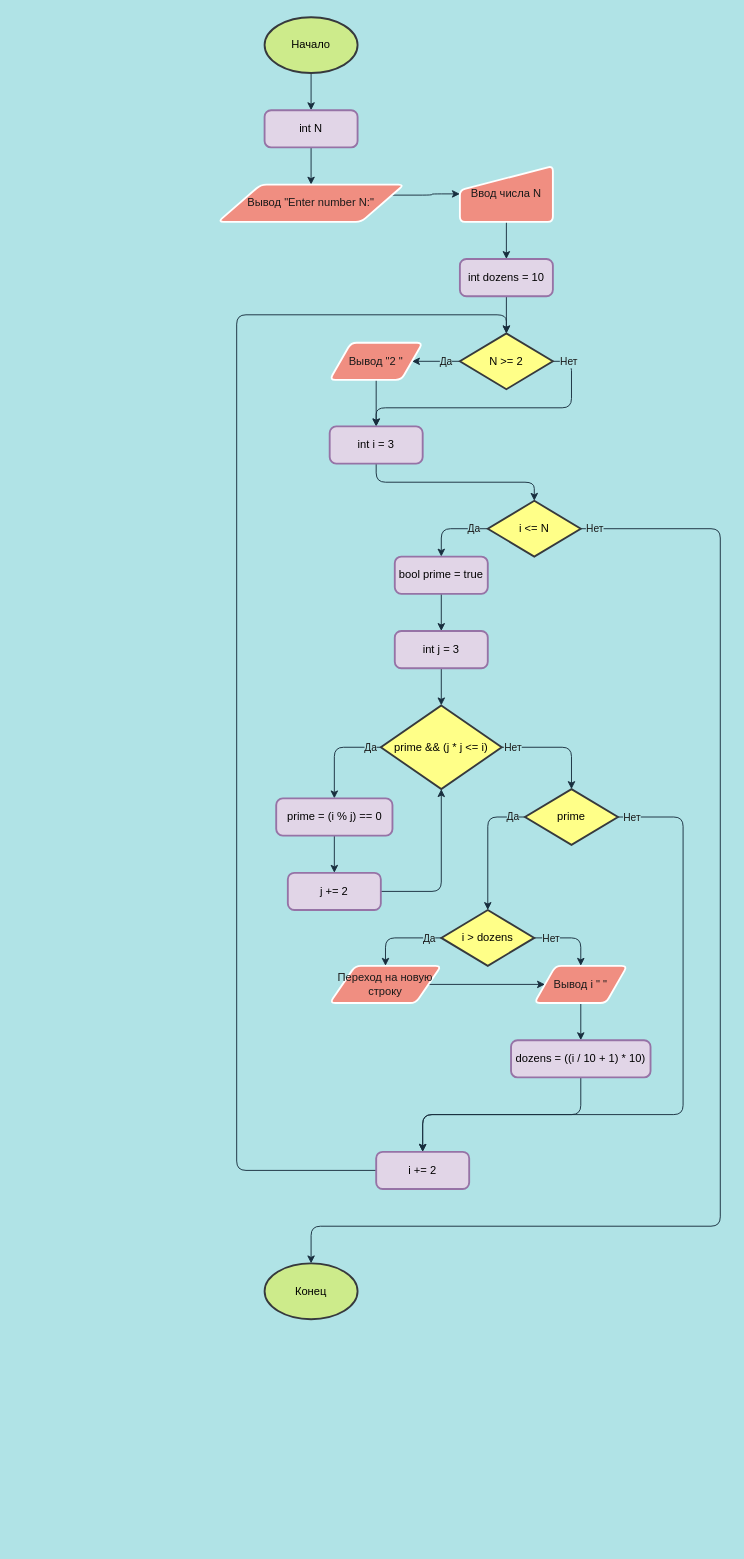
Earlier version of the draw.io diagram page "Лабораторная работа №3" (3 of 4) of flowcharts_for_labs.drawio (MoonFoxy/Programming_labs). Source tidied: cells renumbered, new cells numbered last; positions are measured from the earlier drawing's top-left corner, leaving out a move shared by most shapes. Both pictures are drawn from the tidied source at 93%, with x=0, y=0 at pixel (218, 17).
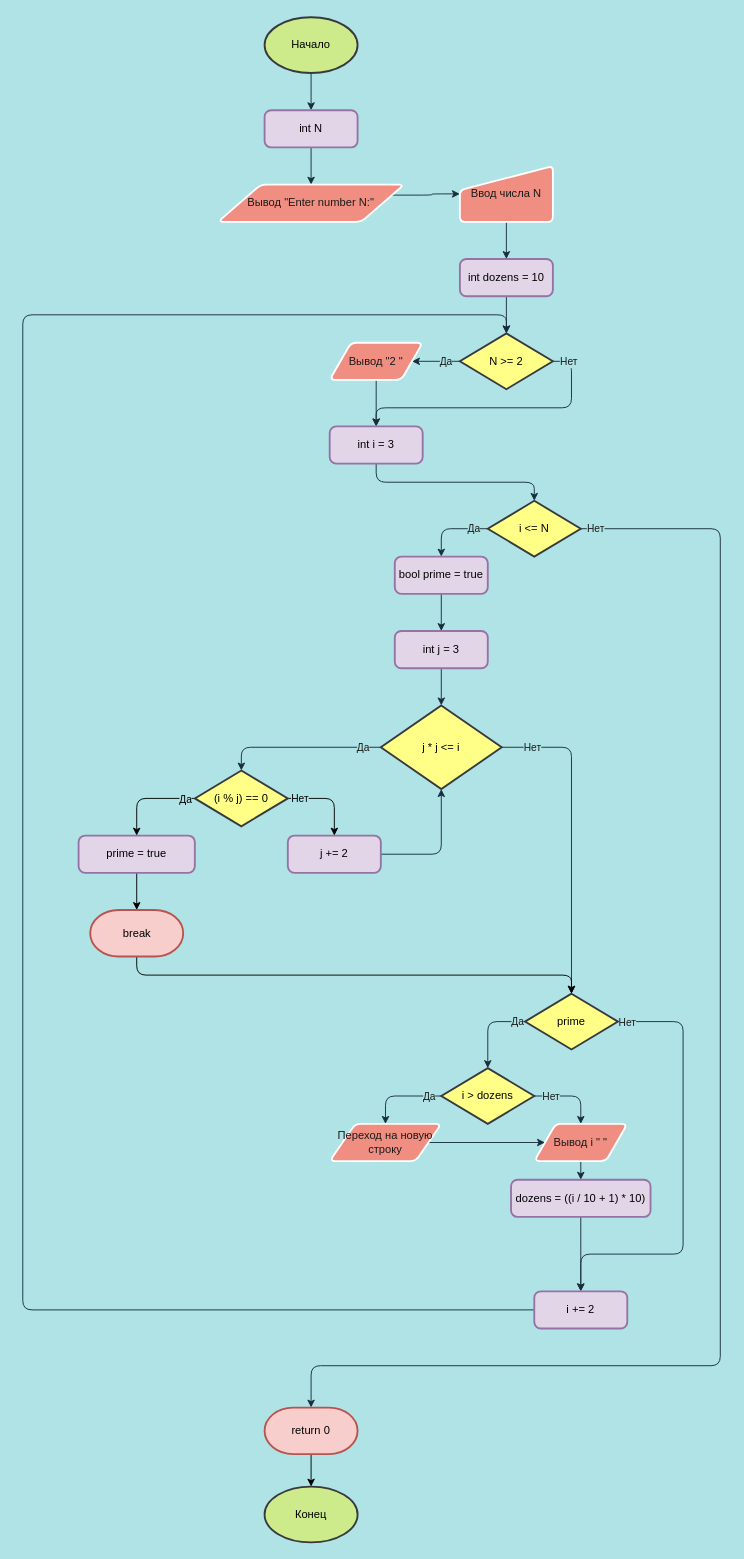
The same page after the edit.

Unchanged cells that the change refers to:
```xml
<mxCell id="16" value="N &amp;gt;= 2" style="strokeWidth=2;html=1;shape=mxgraph.flowchart.decision;whiteSpace=wrap;rounded=1;fillColor=#ffff88;strokeColor=#36393d;" parent="1" vertex="1">
  <mxGeometry x="260" y="340" width="100" height="60" as="geometry" />
</mxCell>
<mxCell id="25" value="i &amp;lt;= N" style="strokeWidth=2;html=1;shape=mxgraph.flowchart.decision;whiteSpace=wrap;rounded=1;fillColor=#ffff88;strokeColor=#36393d;" parent="1" vertex="1">
  <mxGeometry x="290" y="520" width="100" height="60" as="geometry" />
</mxCell>
```

What changed in the source:
```diff
@@
-    <mxCell id="23" style="edgeStyle=orthogonalEdgeStyle;comic=0;sketch=0;jettySize=auto;html=1;exitX=1;exitY=0.5;exitDx=0;exitDy=0;exitPerimeter=0;entryX=0.5;entryY=0;entryDx=0;entryDy=0;entryPerimeter=0;startFill=1;endFill=1;strokeColor=#182E3E;fontColor=#1A1A1A;rounded=1;labelBackgroundColor=#B0E3E6;" parent="1" edge="1" source="25" target="57">
+    <mxCell id="23" style="edgeStyle=orthogonalEdgeStyle;comic=0;sketch=0;jettySize=auto;html=1;exitX=1;exitY=0.5;exitDx=0;exitDy=0;exitPerimeter=0;entryX=0.5;entryY=0;entryDx=0;entryDy=0;entryPerimeter=0;startFill=1;endFill=1;strokeColor=#182E3E;fontColor=#1A1A1A;rounded=1;labelBackgroundColor=#B0E3E6;" parent="1" edge="1" source="25" target="67">
       <mxGeometry relative="1" as="geometry">
         <Array as="points">
           <mxPoint x="540" y="550" />
-          <mxPoint x="540" y="1300" />
-          <mxPoint x="100" y="1300" />
+          <mxPoint x="540" y="1450" />
+          <mxPoint x="100" y="1450" />
         </Array>
       </mxGeometry>
     </mxCell>
@@
-    <mxCell id="30" style="edgeStyle=orthogonalEdgeStyle;rounded=1;comic=0;sketch=0;jettySize=auto;html=1;exitX=0;exitY=0.5;exitDx=0;exitDy=0;exitPerimeter=0;entryX=0.5;entryY=0;entryDx=0;entryDy=0;startFill=1;endFill=1;strokeColor=#182E3E;fontColor=#1A1A1A;labelBackgroundColor=#B0E3E6;" parent="1" edge="1" source="34" target="36">
+    <mxCell id="30" style="edgeStyle=orthogonalEdgeStyle;rounded=1;comic=0;sketch=0;jettySize=auto;html=1;exitX=0;exitY=0.5;exitDx=0;exitDy=0;exitPerimeter=0;entryX=0.5;entryY=0;entryDx=0;entryDy=0;startFill=1;endFill=1;strokeColor=#182E3E;fontColor=#1A1A1A;labelBackgroundColor=#B0E3E6;entryPerimeter=0;" parent="1" edge="1" source="34" target="63">
       <mxGeometry relative="1" as="geometry" />
     </mxCell>
@@
-    <mxCell id="34" value="prime &amp;amp;&amp;amp; (j * j &amp;lt;= i)" style="strokeWidth=2;html=1;shape=mxgraph.flowchart.decision;whiteSpace=wrap;rounded=1;fillColor=#ffff88;strokeColor=#36393d;" parent="1" vertex="1">
+    <mxCell id="34" value="j * j &amp;lt;= i" style="strokeWidth=2;html=1;shape=mxgraph.flowchart.decision;whiteSpace=wrap;rounded=1;fillColor=#ffff88;strokeColor=#36393d;" parent="1" vertex="1">
       <mxGeometry x="175" y="740" width="130" height="90" as="geometry" />
     </mxCell>
-    <mxCell id="35" style="edgeStyle=orthogonalEdgeStyle;rounded=1;comic=0;sketch=0;jettySize=auto;html=1;exitX=0.5;exitY=1;exitDx=0;exitDy=0;entryX=0.5;entryY=0;entryDx=0;entryDy=0;startFill=1;endFill=1;strokeColor=#182E3E;fontColor=#1A1A1A;labelBackgroundColor=#B0E3E6;" parent="1" edge="1" source="36" target="38">
-      <mxGeometry relative="1" as="geometry" />
-    </mxCell>
+    <mxCell id="58" style="edgeStyle=orthogonalEdgeStyle;rounded=0;jettySize=auto;html=1;exitX=0.5;exitY=1;exitDx=0;exitDy=0;entryX=0.5;entryY=0;entryDx=0;entryDy=0;entryPerimeter=0;" parent="1" edge="1" source="36" target="65">
+      <mxGeometry relative="1" as="geometry" />
+    </mxCell>
-    <mxCell id="36" value="prime = (i % j) == 0" style="rounded=1;whiteSpace=wrap;html=1;absoluteArcSize=1;arcSize=14;strokeWidth=2;fillColor=#e1d5e7;strokeColor=#9673a6;" parent="1" vertex="1">
-      <mxGeometry x="62.5" y="840" width="125" height="40" as="geometry" />
+    <mxCell id="36" value="prime = true" style="rounded=1;whiteSpace=wrap;html=1;absoluteArcSize=1;arcSize=14;strokeWidth=2;fillColor=#e1d5e7;strokeColor=#9673a6;" parent="1" vertex="1">
+      <mxGeometry x="-150" y="880" width="125" height="40" as="geometry" />
     </mxCell>
@@
     <mxCell id="38" value="j += 2" style="rounded=1;whiteSpace=wrap;html=1;absoluteArcSize=1;arcSize=14;strokeWidth=2;fillColor=#e1d5e7;strokeColor=#9673a6;" parent="1" vertex="1">
-      <mxGeometry x="75" y="920" width="100" height="40" as="geometry" />
+      <mxGeometry x="75" y="880" width="100" height="40" as="geometry" />
     </mxCell>
@@
     <mxCell id="41" style="edgeStyle=orthogonalEdgeStyle;rounded=1;comic=0;sketch=0;jettySize=auto;html=1;exitX=1;exitY=0.5;exitDx=0;exitDy=0;exitPerimeter=0;entryX=0.5;entryY=0;entryDx=0;entryDy=0;startFill=1;endFill=1;strokeColor=#182E3E;fontColor=#1A1A1A;labelBackgroundColor=#B0E3E6;" parent="1" edge="1" source="43" target="56">
       <mxGeometry relative="1" as="geometry">
         <Array as="points">
-          <mxPoint x="500" y="860" />
-          <mxPoint x="500" y="1180" />
-          <mxPoint x="220" y="1180" />
+          <mxPoint x="500" y="1080" />
+          <mxPoint x="500" y="1330" />
+          <mxPoint x="390" y="1330" />
         </Array>
       </mxGeometry>
     </mxCell>
@@
     <mxCell id="43" value="prime" style="strokeWidth=2;html=1;shape=mxgraph.flowchart.decision;whiteSpace=wrap;rounded=1;fillColor=#ffff88;strokeColor=#36393d;" parent="1" vertex="1">
-      <mxGeometry x="330" y="830" width="100" height="60" as="geometry" />
+      <mxGeometry x="330" y="1050" width="100" height="60" as="geometry" />
     </mxCell>
@@
     <mxCell id="48" value="i &amp;gt; dozens" style="strokeWidth=2;html=1;shape=mxgraph.flowchart.decision;whiteSpace=wrap;rounded=1;fillColor=#ffff88;strokeColor=#36393d;" parent="1" vertex="1">
-      <mxGeometry x="240" y="960" width="100" height="60" as="geometry" />
+      <mxGeometry x="240" y="1130" width="100" height="60" as="geometry" />
     </mxCell>
@@
     <mxCell id="50" value="Вывод i &quot; &quot;" style="shape=parallelogram;html=1;strokeWidth=2;perimeter=parallelogramPerimeter;whiteSpace=wrap;rounded=1;arcSize=12;size=0.23;fillColor=#F08E81;fontColor=#1A1A1A;strokeColor=#FFFFFF;" parent="1" vertex="1">
-      <mxGeometry x="340" y="1020" width="100" height="40" as="geometry" />
+      <mxGeometry x="340" y="1190" width="100" height="40" as="geometry" />
     </mxCell>
@@
     <mxCell id="52" value="Переход на новую строку" style="shape=parallelogram;strokeWidth=2;perimeter=parallelogramPerimeter;rounded=1;arcSize=12;size=0.23;fillColor=#F08E81;fontColor=#1A1A1A;verticalAlign=middle;align=center;labelPosition=center;verticalLabelPosition=middle;horizontal=1;whiteSpace=wrap;html=1;spacing=2;strokeColor=#FFFFFF;" parent="1" vertex="1">
-      <mxGeometry x="120" y="1020" width="120" height="40" as="geometry" />
+      <mxGeometry x="120" y="1190" width="120" height="40" as="geometry" />
     </mxCell>
@@
     <mxCell id="54" value="dozens = ((i / 10 + 1) * 10)" style="rounded=1;whiteSpace=wrap;html=1;absoluteArcSize=1;arcSize=14;strokeWidth=2;fillColor=#e1d5e7;align=center;strokeColor=#9673a6;" parent="1" vertex="1">
-      <mxGeometry x="315" y="1100" width="150" height="40" as="geometry" />
+      <mxGeometry x="315" y="1250" width="150" height="40" as="geometry" />
     </mxCell>
     <mxCell id="55" style="edgeStyle=orthogonalEdgeStyle;rounded=1;comic=0;sketch=0;jettySize=auto;html=1;exitX=0;exitY=0.5;exitDx=0;exitDy=0;startFill=1;endFill=1;strokeColor=#182E3E;fontColor=#1A1A1A;entryX=0.5;entryY=0;entryDx=0;entryDy=0;entryPerimeter=0;labelBackgroundColor=#B0E3E6;" parent="1" edge="1" source="56" target="16">
       <mxGeometry relative="1" as="geometry">
         <Array as="points">
-          <mxPoint x="20" y="1240" />
-          <mxPoint x="20" y="320" />
+          <mxPoint x="-210" y="1390" />
+          <mxPoint x="-210" y="320" />
           <mxPoint x="310" y="320" />
         </Array>
       </mxGeometry>
     </mxCell>
     <mxCell id="56" value="i += 2" style="rounded=1;whiteSpace=wrap;html=1;absoluteArcSize=1;arcSize=14;strokeWidth=2;fillColor=#e1d5e7;align=center;strokeColor=#9673a6;" parent="1" vertex="1">
-      <mxGeometry x="170" y="1220" width="100" height="40" as="geometry" />
+      <mxGeometry x="340" y="1370" width="100" height="40" as="geometry" />
     </mxCell>
     <mxCell id="57" value="Конец" style="strokeWidth=2;html=1;shape=mxgraph.flowchart.start_1;whiteSpace=wrap;rounded=1;fillColor=#cdeb8b;align=center;strokeColor=#36393d;" parent="1" vertex="1">
-      <mxGeometry x="50" y="1340" width="100" height="60" as="geometry" />
+      <mxGeometry x="50" y="1580" width="100" height="60" as="geometry" />
     </mxCell>
+    <mxCell id="59" style="rounded=1;jettySize=auto;html=1;exitX=1;exitY=0.5;exitDx=0;exitDy=0;exitPerimeter=0;entryX=0.5;entryY=0;entryDx=0;entryDy=0;edgeStyle=orthogonalEdgeStyle;" parent="1" edge="1" source="63" target="38">
+      <mxGeometry relative="1" as="geometry" />
+    </mxCell>
+    <mxCell id="60" value="Нет" style="edgeLabel;html=1;align=center;verticalAlign=middle;labelBackgroundColor=#B0E3E6;" parent="59" vertex="1">
+      <mxGeometry x="-0.73" y="1" relative="1" as="geometry" />
+    </mxCell>
+    <mxCell id="61" style="edgeStyle=orthogonalEdgeStyle;rounded=1;jettySize=auto;html=1;exitX=0;exitY=0.5;exitDx=0;exitDy=0;exitPerimeter=0;entryX=0.5;entryY=0;entryDx=0;entryDy=0;" parent="1" edge="1" source="63" target="36">
+      <mxGeometry relative="1" as="geometry" />
+    </mxCell>
+    <mxCell id="62" value="Да" style="edgeLabel;html=1;align=center;verticalAlign=middle;labelBackgroundColor=#B0E3E6;" parent="61" vertex="1">
+      <mxGeometry x="-0.79" relative="1" as="geometry" />
+    </mxCell>
+    <mxCell id="63" value="(i % j) == 0" style="strokeWidth=2;html=1;shape=mxgraph.flowchart.decision;whiteSpace=wrap;rounded=0;sketch=0;fillColor=#ffff88;strokeColor=#36393d;" parent="1" vertex="1">
+      <mxGeometry x="-25" y="810" width="100" height="60" as="geometry" />
+    </mxCell>
+    <mxCell id="64" style="edgeStyle=orthogonalEdgeStyle;rounded=1;jettySize=auto;html=1;exitX=0.5;exitY=1;exitDx=0;exitDy=0;exitPerimeter=0;entryX=0.5;entryY=0;entryDx=0;entryDy=0;entryPerimeter=0;" parent="1" edge="1" source="65" target="43">
+      <mxGeometry relative="1" as="geometry">
+        <Array as="points">
+          <mxPoint x="-87" y="1030" />
+          <mxPoint x="380" y="1030" />
+        </Array>
+      </mxGeometry>
+    </mxCell>
+    <mxCell id="65" value="break" style="strokeWidth=2;html=1;shape=mxgraph.flowchart.terminator;whiteSpace=wrap;rounded=0;sketch=0;fillColor=#f8cecc;strokeColor=#b85450;" parent="1" vertex="1">
+      <mxGeometry x="-137.5" y="960" width="100" height="50" as="geometry" />
+    </mxCell>
+    <mxCell id="66" style="edgeStyle=orthogonalEdgeStyle;rounded=1;jettySize=auto;html=1;exitX=0.5;exitY=1;exitDx=0;exitDy=0;exitPerimeter=0;entryX=0.5;entryY=0;entryDx=0;entryDy=0;entryPerimeter=0;" parent="1" edge="1" source="67" target="57">
+      <mxGeometry relative="1" as="geometry" />
+    </mxCell>
+    <mxCell id="67" value="return 0" style="strokeWidth=2;html=1;shape=mxgraph.flowchart.terminator;whiteSpace=wrap;rounded=0;sketch=0;fillColor=#f8cecc;strokeColor=#b85450;" parent="1" vertex="1">
+      <mxGeometry x="50" y="1495" width="100" height="50" as="geometry" />
+    </mxCell>
```
